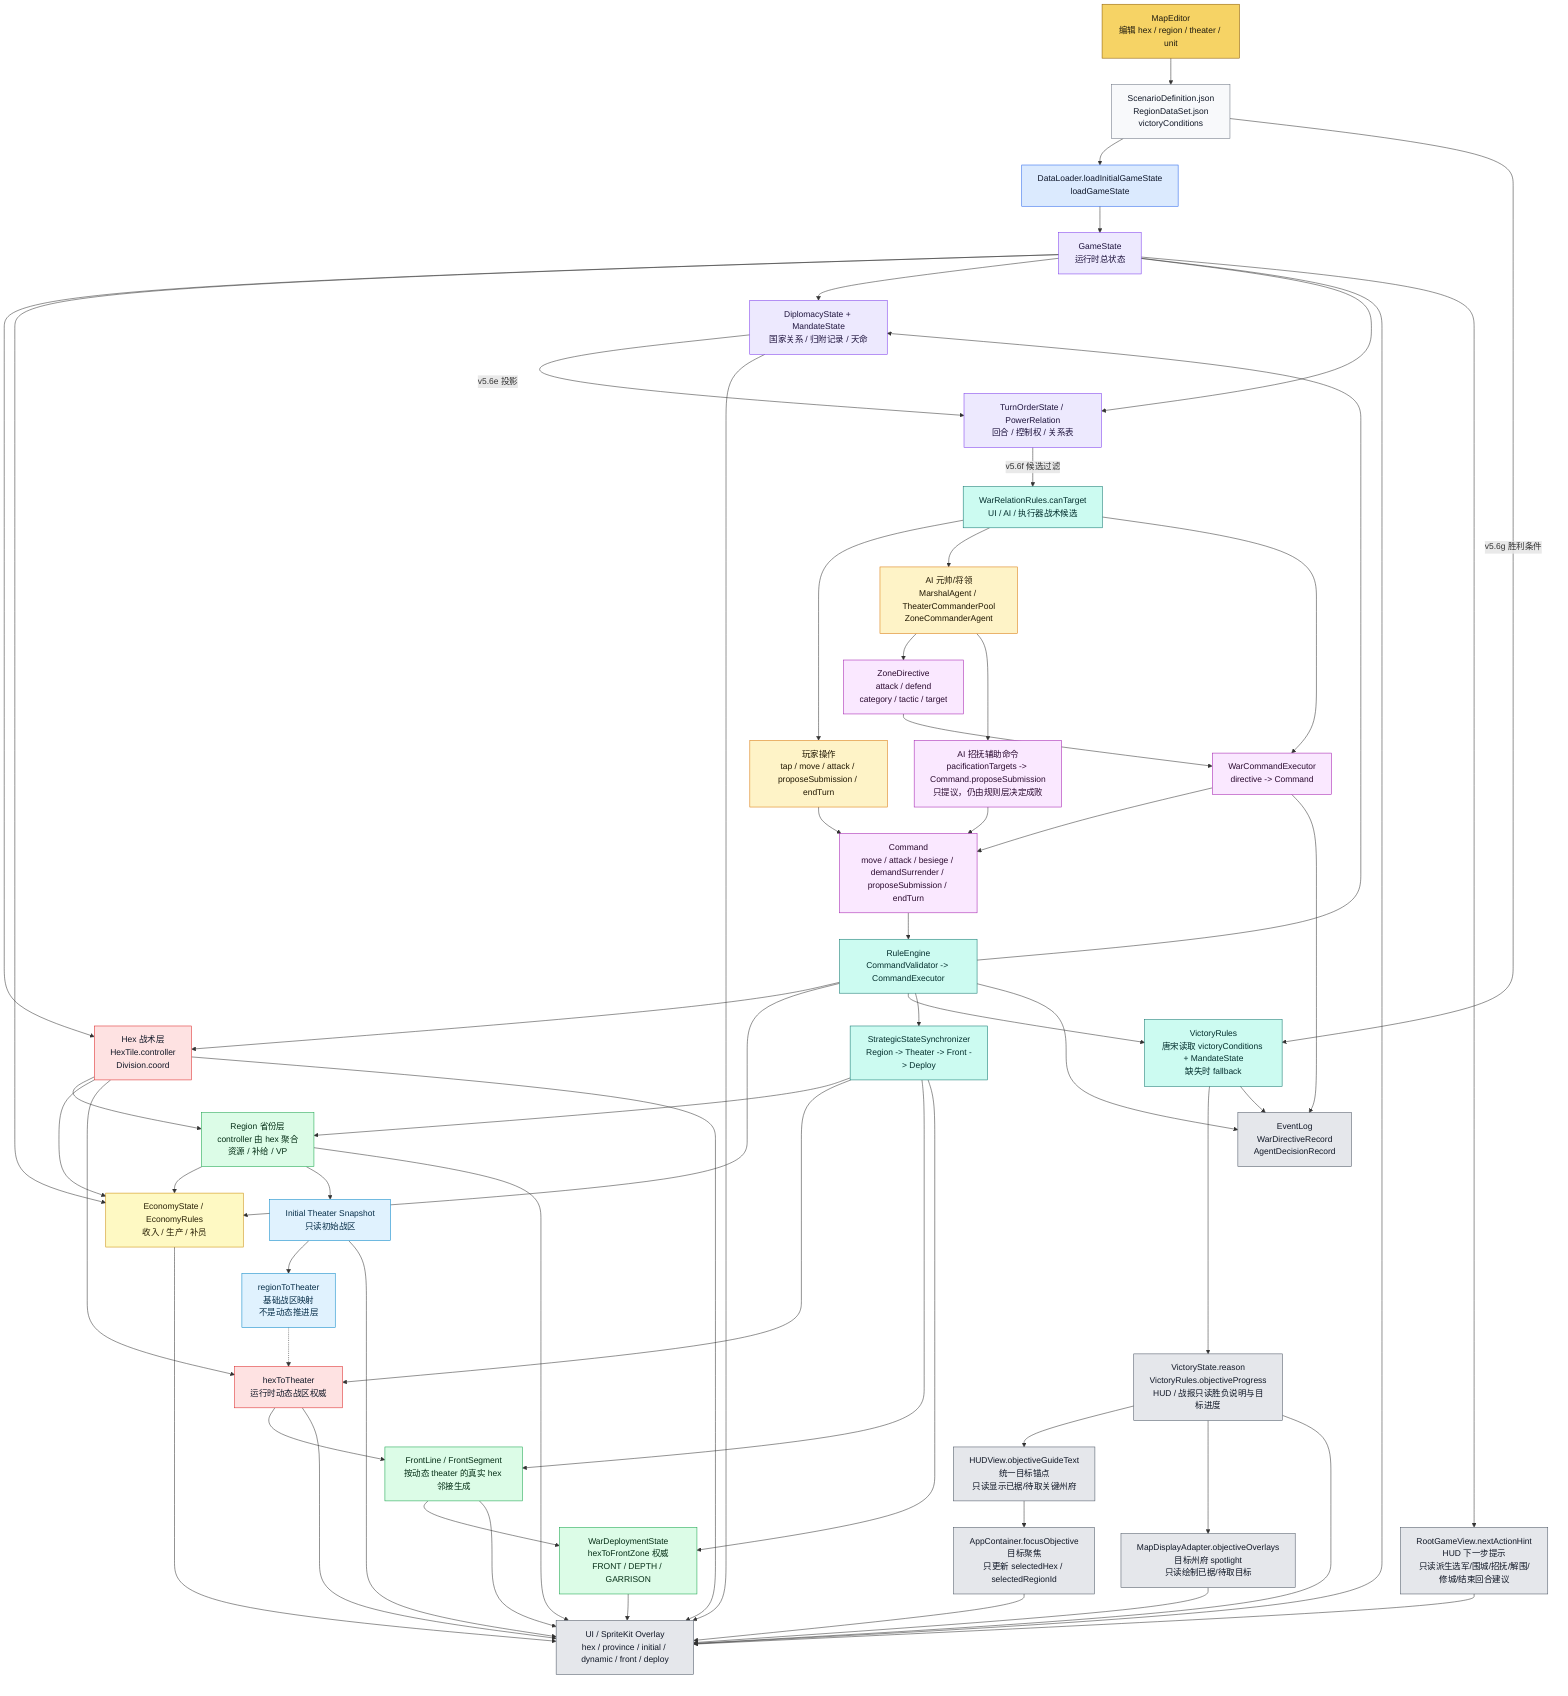
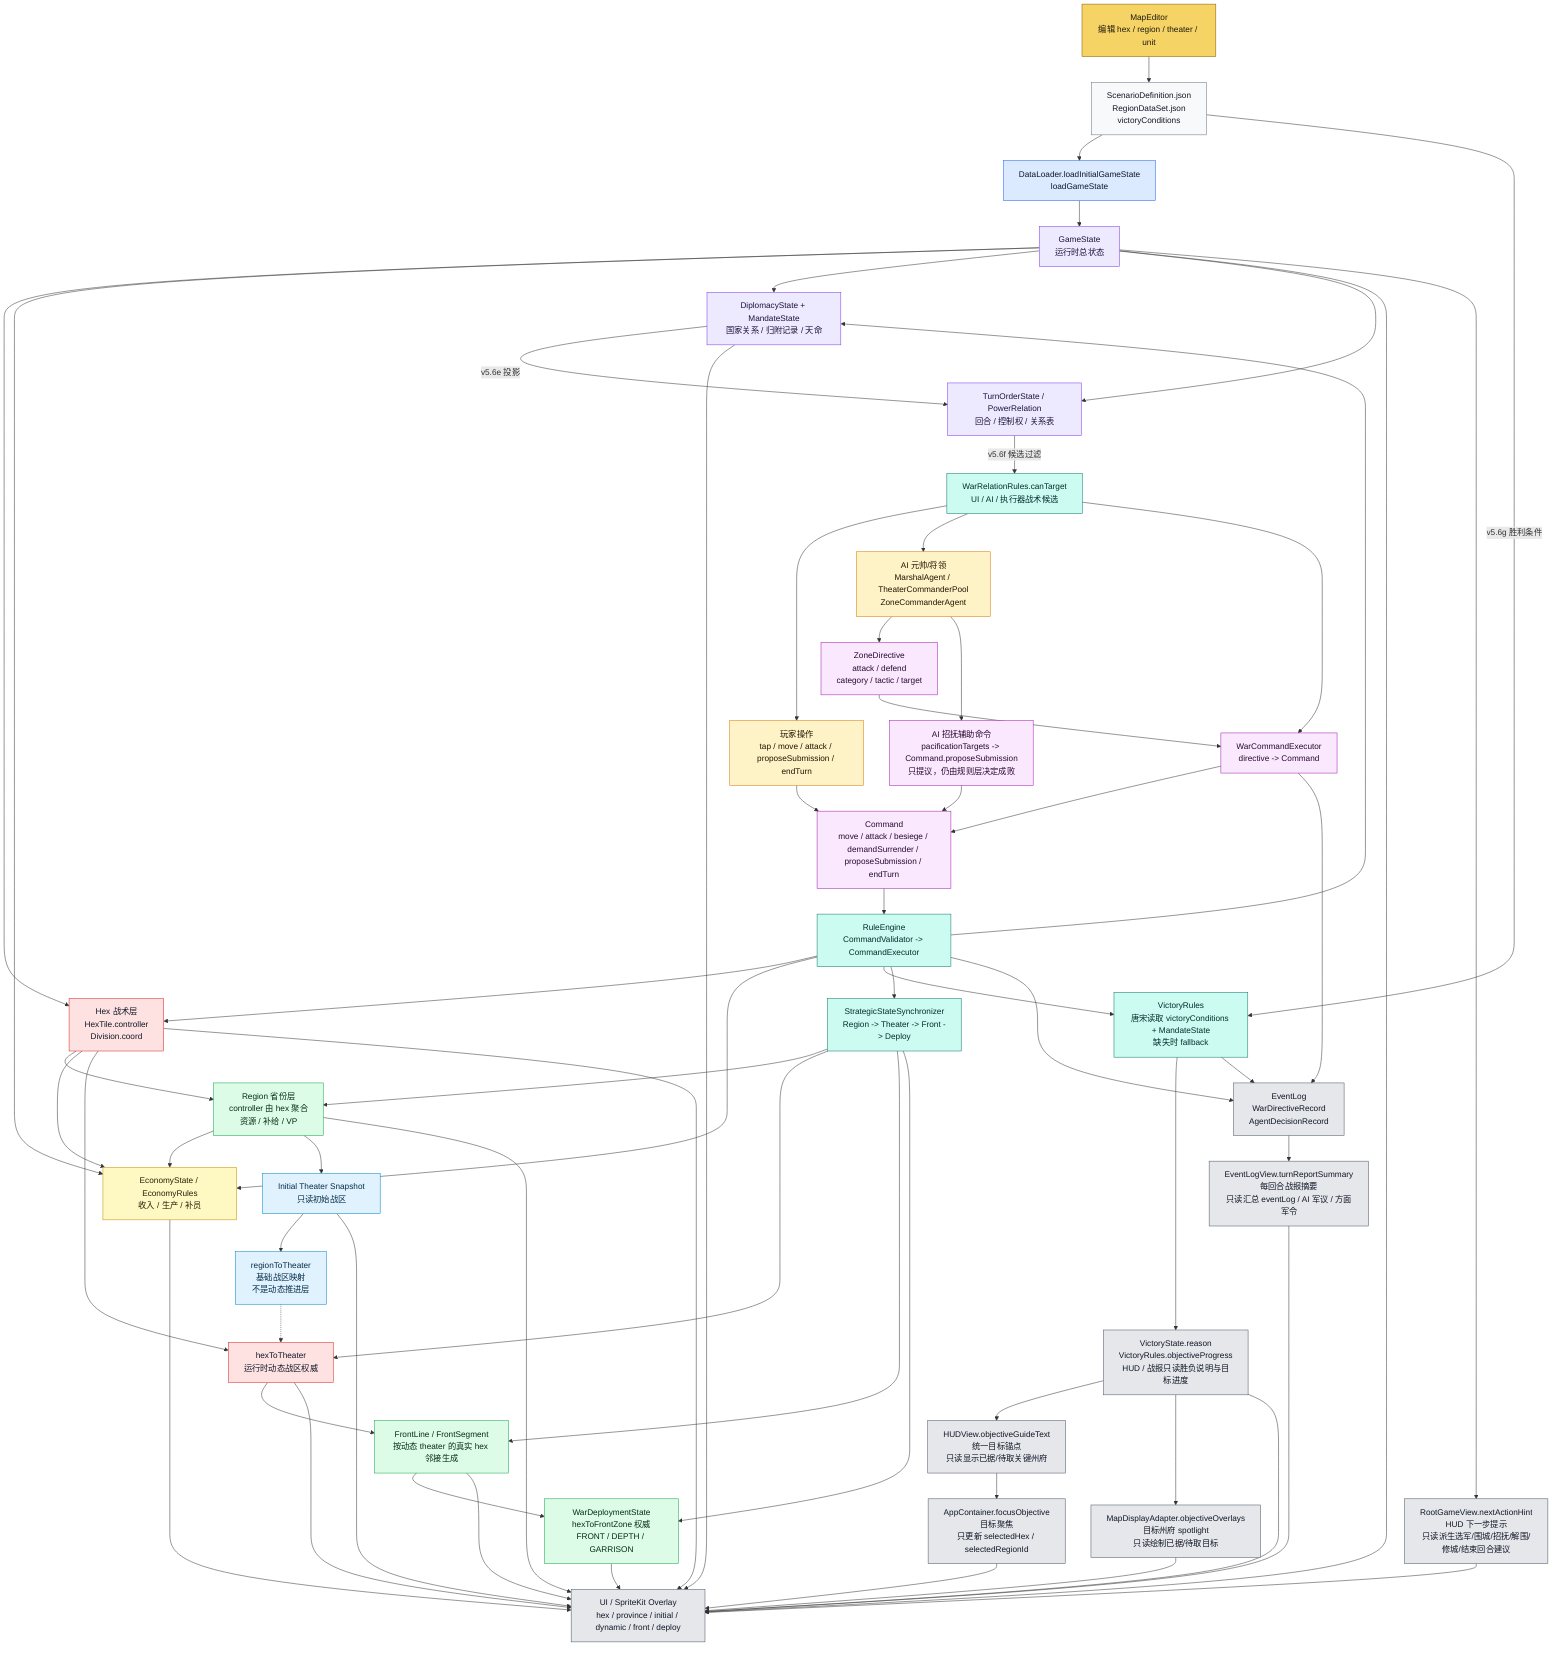
flowchart TD
    ME["MapEditor<br/>编辑 hex / region / theater / unit"]:::editor
    JSON["ScenarioDefinition.json<br/>RegionDataSet.json<br/>victoryConditions"]:::data
    DL["DataLoader.loadInitialGameState<br/>loadGameState"]:::loader
    GS["GameState<br/>运行时总状态"]:::state

    HEX["Hex 战术层<br/>HexTile.controller<br/>Division.coord"]:::authority
    REGION["Region 省份层<br/>controller 由 hex 聚合<br/>资源 / 补给 / VP"]:::derived
    INIT["Initial Theater Snapshot<br/>只读初始战区"]:::snapshot
    R2T["regionToTheater<br/>基础战区映射<br/>不是动态推进层"]:::snapshot
    H2T["hexToTheater<br/>运行时动态战区权威"]:::authority
    FRONT["FrontLine / FrontSegment<br/>按动态 theater 的真实 hex 邻接生成"]:::derived
    DEPLOY["WarDeploymentState<br/>hexToFrontZone 权威<br/>FRONT / DEPTH / GARRISON"]:::derived
    ECO["EconomyState / EconomyRules<br/>收入 / 生产 / 补员"]:::economy
    DIP["DiplomacyState + MandateState<br/>国家关系 / 归附记录 / 天命"]:::state
    TURN["TurnOrderState / PowerRelation<br/>回合 / 控制权 / 关系表"]:::state
    RELCAND["WarRelationRules.canTarget<br/>UI / AI / 执行器战术候选"]:::rules
    VICT["VictoryRules<br/>唐宋读取 victoryConditions + MandateState<br/>缺失时 fallback"]:::rules
    VICTEXT["VictoryState.reason<br/>VictoryRules.objectiveProgress<br/>HUD / 战报只读胜负说明与目标进度"]:::ui
    GOAL["HUDView.objectiveGuideText<br/>统一目标锚点<br/>只读显示已据/待取关键州府"]:::ui
    FOCUS["AppContainer.focusObjective<br/>目标聚焦<br/>只更新 selectedHex / selectedRegionId"]:::ui
    SPOTLIGHT["MapDisplayAdapter.objectiveOverlays<br/>目标州府 spotlight<br/>只读绘制已据/待取目标"]:::ui
+     TURNREPORT["EventLogView.turnReportSummary<br/>每回合战报摘要<br/>只读汇总 eventLog / AI 军议 / 方面军令"]:::ui
    HINT["RootGameView.nextActionHint<br/>HUD 下一步提示<br/>只读派生选军/围城/招抚/解围/修城/结束回合建议"]:::ui

    PLAYER["玩家操作<br/>tap / move / attack / proposeSubmission / endTurn"]:::input
    AI["AI 元帅/将领<br/>MarshalAgent / TheaterCommanderPool<br/>ZoneCommanderAgent"]:::input
    AIPAC["AI 招抚辅助命令<br/>pacificationTargets -> Command.proposeSubmission<br/>只提议，仍由规则层决定成败"]:::command
    ZD["ZoneDirective<br/>attack / defend<br/>category / tactic / target"]:::command
    WCE["WarCommandExecutor<br/>directive -> Command"]:::command
    CMD["Command<br/>move / attack / besiege / demandSurrender / proposeSubmission / endTurn"]:::command
    RE["RuleEngine<br/>CommandValidator -> CommandExecutor"]:::rules
    SYNC["StrategicStateSynchronizer<br/>Region -> Theater -> Front -> Deploy"]:::rules

    UI["UI / SpriteKit Overlay<br/>hex / province / initial / dynamic / front / deploy"]:::ui
    LOG["EventLog<br/>WarDirectiveRecord<br/>AgentDecisionRecord"]:::ui

    ME --> JSON --> DL --> GS
    GS --> HEX
    HEX --> REGION
    HEX --> ECO
    REGION --> ECO
    REGION --> INIT
    INIT --> R2T
    R2T -.-> H2T
    HEX --> H2T
    H2T --> FRONT --> DEPLOY
    GS --> ECO
    GS --> DIP
    GS --> TURN
    DIP -->|v5.6e 投影| TURN
    TURN -->|v5.6f 候选过滤| RELCAND
    JSON -->|v5.6g 胜利条件| VICT

    PLAYER --> CMD
    RELCAND --> PLAYER
    RELCAND --> AI
    RELCAND --> WCE
    AI --> ZD --> WCE --> CMD
    AI --> AIPAC --> CMD
    CMD --> RE --> HEX
    RE --> ECO
    RE --> DIP
    RE --> VICT
    RE --> SYNC
    SYNC --> REGION
    SYNC --> H2T
    SYNC --> FRONT
    SYNC --> DEPLOY

    GS --> UI
    GS --> HINT --> UI
    VICTEXT --> GOAL --> FOCUS --> UI
    VICTEXT --> SPOTLIGHT --> UI
    HEX --> UI
    REGION --> UI
    INIT --> UI
    H2T --> UI
    FRONT --> UI
    DEPLOY --> UI
    ECO --> UI
    DIP --> UI
    VICT --> VICTEXT --> UI
    RE --> LOG
    VICT --> LOG
    WCE --> LOG
+     LOG --> TURNREPORT --> UI

    classDef editor fill:#f6d365,stroke:#8a5a00,color:#1f1b10
    classDef data fill:#f8f9fb,stroke:#6b7280,color:#111827
    classDef loader fill:#dbeafe,stroke:#2563eb,color:#0f172a
    classDef state fill:#ede9fe,stroke:#7c3aed,color:#1f143d
    classDef authority fill:#fee2e2,stroke:#dc2626,color:#111827
    classDef derived fill:#dcfce7,stroke:#16a34a,color:#052e16
    classDef snapshot fill:#e0f2fe,stroke:#0284c7,color:#082f49
    classDef input fill:#fef3c7,stroke:#d97706,color:#1f1600
    classDef economy fill:#fef9c3,stroke:#ca8a04,color:#292107
    classDef command fill:#fae8ff,stroke:#a21caf,color:#2a0a2f
    classDef rules fill:#ccfbf1,stroke:#0f766e,color:#042f2e
    classDef ui fill:#e5e7eb,stroke:#4b5563,color:#111827
